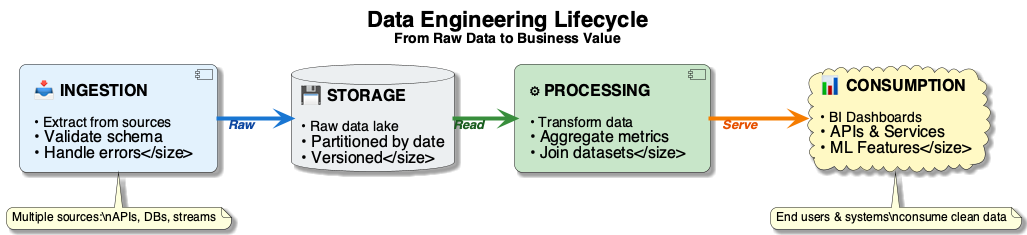
This is diagrams/week01/week1_lifecycle_phases.png from OrPerets/data-engineering-course, a PlantUML export, as it was before one commit.
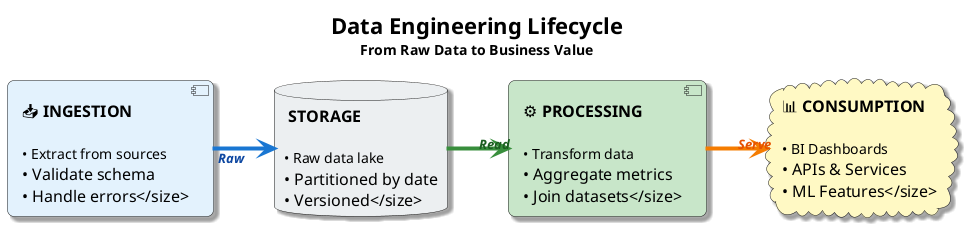
The same file after the commit.

What changed in the source:
```diff
@@ -16,28 +16,16 @@
 
 title <size:22><b>Data Engineering Lifecycle</b></size>\n<size:14>From Raw Data to Business Value</size>
 
-component "📥 **INGESTION**\n\n<size:14>• Extract from sources\n• Validate schema\n• Handle errors</size>" as I #E3F2FD {
-}
+component "📥 **INGESTION**\n\n<size:14>• Extract from sources\n• Validate schema\n• Handle errors</size>" as I #E3F2FD
 
-database "💾 **STORAGE**\n\n<size:14>• Raw data lake\n• Partitioned by date\n• Versioned</size>" as S #ECEFF1 {
-}
+database "💾 **STORAGE**\n\n<size:14>• Raw data lake\n• Partitioned by date\n• Versioned</size>" as S #ECEFF1
 
-component "⚙️ **PROCESSING**\n\n<size:14>• Transform data\n• Aggregate metrics\n• Join datasets</size>" as P #C8E6C9 {
-}
+component "⚙️ **PROCESSING**\n\n<size:14>• Transform data\n• Aggregate metrics\n• Join datasets</size>" as P #C8E6C9
 
-cloud "📊 **CONSUMPTION**\n\n<size:14>• BI Dashboards\n• APIs & Services\n• ML Features</size>" as C #FFF9C4 {
-}
+cloud "📊 **CONSUMPTION**\n\n<size:14>• BI Dashboards\n• APIs & Services\n• ML Features</size>" as C #FFF9C4
 
 I -[#1976D2,thickness=4]-> S : <size:13><color:#0D47A1>**Raw**</color></size>
 S -[#388E3C,thickness=4]-> P : <size:13><color:#1B5E20>**Read**</color></size>
 P -[#F57C00,thickness=4]-> C : <size:13><color:#E65100>**Serve**</color></size>
 
-note bottom of I
-  <size:12>Multiple sources:\nAPIs, DBs, streams</size>
-end note
-
-note bottom of C
-  <size:12>End users & systems\nconsume clean data</size>
-end note
-
 @enduml
```
